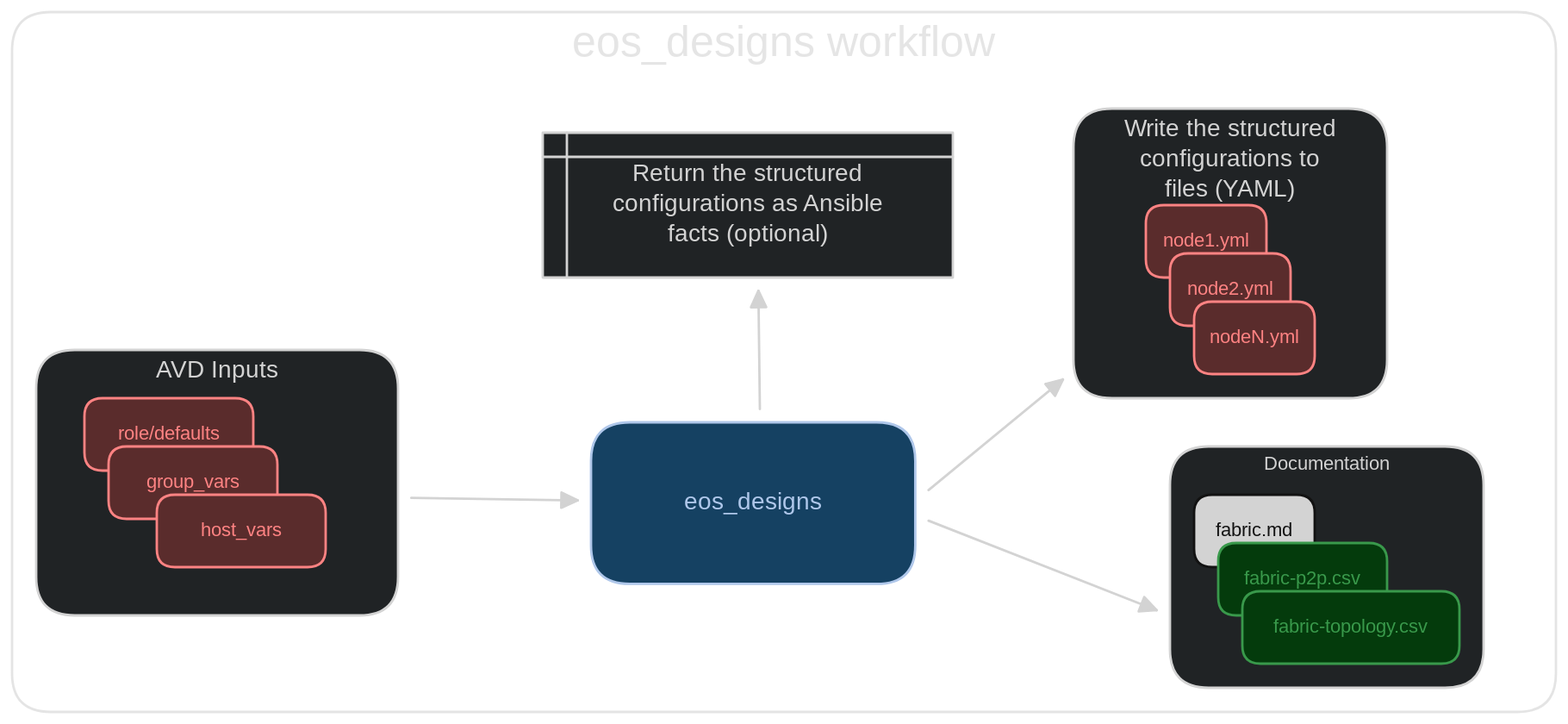
This is docs/_media/eos_designs_dark.svg from aristanetworks/avd, a Excalidraw export, as it was before one commit. Source tidied: one line per element, renumbered; positions are measured from the earlier drawing's top-left corner, leaving out a move shared by most shapes.
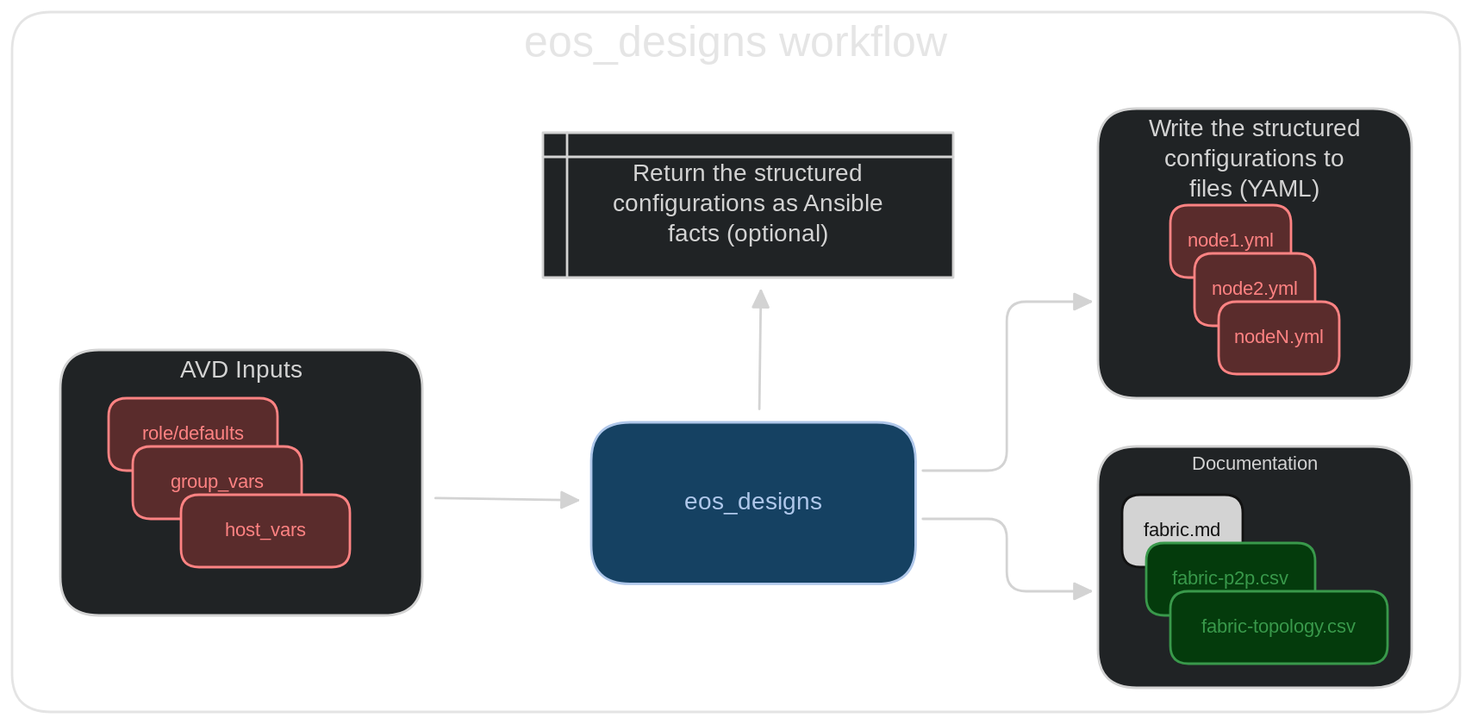
Later version of the same file.

What changed in the source:
```diff
@@ -1,13 +1,12 @@
-{"id": 0, "type": "rectangle", "strokeColor": "#1e1e1e", "strokeWidth": 2, "roughness": 0, "opacity": 60, "round": true, "x": 0, "y": 0, "width": 1280, "height": 580}
+{"id": 0, "type": "rectangle", "strokeColor": "#1e1e1e", "strokeWidth": 2, "roughness": 0, "opacity": 60, "round": true, "x": -20, "y": 0, "width": 1200, "height": 580}
-{"id": 1, "type": "text", "text": "eos_designs workflow", "strokeColor": "#1e1e1e", "strokeWidth": 2, "roughness": 0, "opacity": 60, "fontSize": 36, "fontFamily": 8, "textAlign": "center", "inside": 0, "x": 442, "y": 5, "width": 396, "height": 45}
+{"id": 1, "type": "text", "text": "eos_designs workflow", "strokeColor": "#1e1e1e", "strokeWidth": 2, "roughness": 0, "opacity": 60, "fontSize": 36, "fontFamily": 8, "textAlign": "center", "inside": 0, "x": 382, "y": 5, "width": 396, "height": 45}
 {"id": 2, "type": "rectangle", "strokeColor": "#1e1e1e", "backgroundColor": "#e9ecef", "fillStyle": "solid", "strokeWidth": 2, "roughness": 0, "round": true, "x": 880, "y": 80, "width": 260, "height": 240}
 {"id": 3, "type": "text", "text": "Write the structured\nconfigurations to\nfiles (YAML)", "strokeColor": "#1e1e1e", "strokeWidth": 2, "roughness": 1, "fontSize": 20, "fontFamily": 8, "textAlign": "center", "inside": 2, "x": 900, "y": 85, "width": 220, "height": 75}
 {"id": 4, "type": "rectangle", "strokeColor": "#1e1e1e", "backgroundColor": "#e9ecef", "fillStyle": "solid", "strokeWidth": 2, "roughness": 0, "round": true, "x": 20, "y": 280, "width": 300, "height": 220}
 {"id": 5, "type": "text", "text": "AVD Inputs", "strokeColor": "#1e1e1e", "strokeWidth": 2, "roughness": 0, "fontSize": 20, "fontFamily": 8, "textAlign": "center", "inside": 4, "x": 115, "y": 285, "width": 110, "height": 25}
-{"id": 6, "type": "rectangle", "strokeColor": "#16325b", "backgroundColor": "#a5d8ff", "fillStyle": "solid", "strokeWidth": 2, "roughness": 0, "round": true, "x": 480, "y": 340, "width": 269, "height": 134}
+{"id": 6, "type": "rectangle", "strokeColor": "#16325b", "backgroundColor": "#a5d8ff", "fillStyle": "solid", "strokeWidth": 2, "roughness": 0, "round": true, "x": 460, "y": 340, "width": 269, "height": 134}
-{"id": 7, "type": "text", "text": "eos_designs", "strokeColor": "#16325b", "strokeWidth": 2, "roughness": 0, "fontSize": 20, "fontFamily": 8, "textAlign": "center", "verticalAlign": "middle", "inside": 6, "x": 554, "y": 394, "width": 121, "height": 25}
+{"id": 7, "type": "text", "text": "eos_designs", "strokeColor": "#16325b", "strokeWidth": 2, "roughness": 0, "fontSize": 20, "fontFamily": 8, "textAlign": "center", "verticalAlign": "middle", "inside": 6, "x": 534, "y": 394, "width": 121, "height": 25}
-{"id": 8, "type": "arrow", "strokeColor": "#1e1e1e", "strokeWidth": 2, "roughness": 0, "endArrowhead": "triangle", "from": 6, "to": 2, "x": 760, "y": 396, "width": 111, "height": 92, "points": [[0, 0], [111, -92]]}
-{"id": 9, "type": "arrow", "strokeColor": "#1e1e1e", "strokeWidth": 2, "roughness": 0, "endArrowhead": "triangle", "from": 4, "to": 6, "x": 331, "y": 403, "width": 138, "height": 2, "points": [[0, 0], [138, 2]]}
+{"id": 9, "type": "arrow", "strokeColor": "#1e1e1e", "strokeWidth": 2, "roughness": 0, "endArrowhead": "triangle", "from": 4, "to": 6, "x": 331, "y": 403, "width": 118, "height": 2, "points": [[0, 0], [118, 2]]}
 {"id": 10, "type": "rectangle", "strokeColor": "#e03131", "backgroundColor": "#ffc9c9", "fillStyle": "solid", "strokeWidth": 2, "roughness": 0, "round": true, "x": 60, "y": 320, "width": 140, "height": 60}
 {"id": 11, "type": "text", "text": "role/defaults", "strokeColor": "#e03131", "strokeWidth": 2, "roughness": 0, "fontSize": 16, "fontFamily": 8, "textAlign": "center", "verticalAlign": "middle", "inside": 10, "x": 73, "y": 340, "width": 114, "height": 20}
 {"id": 12, "type": "rectangle", "strokeColor": "#e03131", "backgroundColor": "#ffc9c9", "fillStyle": "solid", "strokeWidth": 2, "roughness": 0, "round": true, "x": 940, "y": 160, "width": 100, "height": 60}
@@ -20,17 +19,18 @@
 {"id": 19, "type": "text", "text": "group_vars", "strokeColor": "#e03131", "strokeWidth": 2, "roughness": 0, "fontSize": 16, "fontFamily": 8, "textAlign": "center", "verticalAlign": "middle", "inside": 18, "x": 106, "y": 380, "width": 88, "height": 20}
 {"id": 20, "type": "rectangle", "strokeColor": "#e03131", "backgroundColor": "#ffc9c9", "fillStyle": "solid", "strokeWidth": 2, "roughness": 0, "round": true, "x": 120, "y": 400, "width": 140, "height": 60}
 {"id": 21, "type": "text", "text": "host_vars", "strokeColor": "#e03131", "strokeWidth": 2, "roughness": 0, "fontSize": 16, "fontFamily": 8, "textAlign": "center", "verticalAlign": "middle", "inside": 20, "x": 150, "y": 420, "width": 79, "height": 20}
-{"id": 22, "type": "rectangle", "strokeColor": "#1e1e1e", "backgroundColor": "#e9ecef", "fillStyle": "solid", "strokeWidth": 2, "roughness": 0, "round": true, "x": 960, "y": 360, "width": 260, "height": 200}
+{"id": 22, "type": "rectangle", "strokeColor": "#1e1e1e", "backgroundColor": "#e9ecef", "fillStyle": "solid", "strokeWidth": 2, "roughness": 0, "round": true, "x": 880, "y": 360, "width": 260, "height": 200}
-{"id": 23, "type": "text", "text": "Documentation", "strokeColor": "#1e1e1e", "strokeWidth": 2, "roughness": 0, "fontSize": 16, "fontFamily": 8, "textAlign": "center", "inside": 22, "x": 1033, "y": 365, "width": 114, "height": 20}
+{"id": 23, "type": "text", "text": "Documentation", "strokeColor": "#1e1e1e", "strokeWidth": 2, "roughness": 0, "fontSize": 16, "fontFamily": 8, "textAlign": "center", "inside": 22, "x": 953, "y": 365, "width": 114, "height": 20}
-{"id": 24, "type": "rectangle", "strokeColor": "#ffffff", "backgroundColor": "#1e1e1e", "fillStyle": "solid", "strokeWidth": 2, "roughness": 0, "round": true, "x": 980, "y": 400, "width": 100, "height": 60}
+{"id": 24, "type": "rectangle", "strokeColor": "#ffffff", "backgroundColor": "#1e1e1e", "fillStyle": "solid", "strokeWidth": 2, "roughness": 0, "round": true, "x": 900, "y": 400, "width": 100, "height": 60}
-{"id": 25, "type": "text", "text": "fabric.md", "strokeColor": "#ffffff", "strokeWidth": 2, "roughness": 0, "fontSize": 16, "fontFamily": 8, "textAlign": "center", "verticalAlign": "middle", "inside": 24, "x": 990, "y": 420, "width": 79, "height": 20}
+{"id": 25, "type": "text", "text": "fabric.md", "strokeColor": "#ffffff", "strokeWidth": 2, "roughness": 0, "fontSize": 16, "fontFamily": 8, "textAlign": "center", "verticalAlign": "middle", "inside": 24, "x": 910, "y": 420, "width": 79, "height": 20}
-{"id": 26, "type": "rectangle", "strokeColor": "#2f9e44", "backgroundColor": "#b2f2bb", "fillStyle": "solid", "strokeWidth": 2, "roughness": 0, "round": true, "x": 1000, "y": 440, "width": 140, "height": 60}
+{"id": 26, "type": "rectangle", "strokeColor": "#2f9e44", "backgroundColor": "#b2f2bb", "fillStyle": "solid", "strokeWidth": 2, "roughness": 0, "round": true, "x": 920, "y": 440, "width": 140, "height": 60}
-{"id": 27, "type": "text", "text": "fabric-p2p.csv", "strokeColor": "#2f9e44", "backgroundColor": "#b2f2bb", "fillStyle": "solid", "strokeWidth": 2, "roughness": 0, "fontSize": 16, "fontFamily": 8, "textAlign": "center", "verticalAlign": "middle", "inside": 26, "x": 1008, "y": 460, "width": 123, "height": 20}
+{"id": 27, "type": "text", "text": "fabric-p2p.csv", "strokeColor": "#2f9e44", "backgroundColor": "#b2f2bb", "fillStyle": "solid", "strokeWidth": 2, "roughness": 0, "fontSize": 16, "fontFamily": 8, "textAlign": "center", "verticalAlign": "middle", "inside": 26, "x": 928, "y": 460, "width": 123, "height": 20}
-{"id": 28, "type": "rectangle", "strokeColor": "#2f9e44", "backgroundColor": "#b2f2bb", "fillStyle": "solid", "strokeWidth": 2, "roughness": 0, "round": true, "x": 1020, "y": 480, "width": 180, "height": 60}
+{"id": 28, "type": "rectangle", "strokeColor": "#2f9e44", "backgroundColor": "#b2f2bb", "fillStyle": "solid", "strokeWidth": 2, "roughness": 0, "round": true, "x": 940, "y": 480, "width": 180, "height": 60}
-{"id": 29, "type": "text", "text": "fabric-topology.csv", "strokeColor": "#2f9e44", "strokeWidth": 2, "roughness": 0, "fontSize": 16, "fontFamily": 8, "textAlign": "center", "verticalAlign": "middle", "inside": 28, "x": 1026, "y": 500, "width": 167, "height": 20}
+{"id": 29, "type": "text", "text": "fabric-topology.csv", "strokeColor": "#2f9e44", "strokeWidth": 2, "roughness": 0, "fontSize": 16, "fontFamily": 8, "textAlign": "center", "verticalAlign": "middle", "inside": 28, "x": 946, "y": 500, "width": 167, "height": 20}
-{"id": 30, "type": "arrow", "strokeColor": "#1e1e1e", "backgroundColor": "#ffc9c9", "fillStyle": "solid", "strokeWidth": 2, "roughness": 0, "endArrowhead": "triangle", "from": 6, "to": 22, "x": 760, "y": 422, "width": 189, "height": 74, "points": [[0, 0], [189, 74]]}
-{"id": 31, "type": "rectangle", "strokeColor": "#1e1e1e", "backgroundColor": "#e9ecef", "fillStyle": "solid", "strokeWidth": 2, "roughness": 0, "x": 440, "y": 100, "width": 340, "height": 120}
+{"id": 31, "type": "rectangle", "strokeColor": "#1e1e1e", "backgroundColor": "#e9ecef", "fillStyle": "solid", "strokeWidth": 2, "roughness": 0, "x": 420, "y": 100, "width": 340, "height": 120}
-{"id": 32, "type": "text", "text": "Return the structured\nconfigurations as Ansible\nfacts (optional)", "strokeColor": "#1e1e1e", "backgroundColor": "#e9ecef", "fillStyle": "solid", "strokeWidth": 2, "roughness": 0, "fontSize": 20, "fontFamily": 8, "textAlign": "center", "verticalAlign": "middle", "inside": 31, "x": 473, "y": 122, "width": 275, "height": 75}
+{"id": 32, "type": "text", "text": "Return the structured\nconfigurations as Ansible\nfacts (optional)", "strokeColor": "#1e1e1e", "backgroundColor": "#e9ecef", "fillStyle": "solid", "strokeWidth": 2, "roughness": 0, "fontSize": 20, "fontFamily": 8, "textAlign": "center", "verticalAlign": "middle", "inside": 31, "x": 453, "y": 122, "width": 275, "height": 75}
-{"id": 33, "type": "line", "strokeColor": "#1e1e1e", "backgroundColor": "#e9ecef", "fillStyle": "solid", "strokeWidth": 2, "roughness": 0, "x": 460, "y": 220, "width": 0, "height": 120, "points": [[0, 0], [0, -120]]}
+{"id": 33, "type": "line", "strokeColor": "#1e1e1e", "backgroundColor": "#e9ecef", "fillStyle": "solid", "strokeWidth": 2, "roughness": 0, "x": 440, "y": 220, "width": 0, "height": 120, "points": [[0, 0], [0, -120]]}
-{"id": 34, "type": "line", "strokeColor": "#1e1e1e", "backgroundColor": "#e9ecef", "fillStyle": "solid", "strokeWidth": 2, "roughness": 0, "x": 440, "y": 120, "width": 340, "height": 0, "points": [[0, 0], [340, 0]]}
+{"id": 34, "type": "line", "strokeColor": "#1e1e1e", "backgroundColor": "#e9ecef", "fillStyle": "solid", "strokeWidth": 2, "roughness": 0, "x": 420, "y": 120, "width": 340, "height": 0, "points": [[0, 0], [340, 0]]}
-{"id": 35, "type": "arrow", "strokeColor": "#1e1e1e", "strokeWidth": 2, "roughness": 0, "endArrowhead": "triangle", "from": 6, "to": 31, "x": 620, "y": 329, "width": 1, "height": 98, "points": [[0, 0], [-1, -98]]}
+{"id": 35, "type": "arrow", "strokeColor": "#1e1e1e", "strokeWidth": 2, "roughness": 0, "endArrowhead": "triangle", "from": 6, "to": 31, "x": 599, "y": 329, "width": 1, "height": 98, "points": [[0, 0], [1, -98]]}
+{"id": 36, "type": "arrow", "strokeColor": "#1e1e1e", "backgroundColor": "#e9ecef", "fillStyle": "solid", "strokeWidth": 2, "roughness": 0, "endArrowhead": "triangle", "from": 6, "to": 2, "x": 735, "y": 380, "width": 139, "height": 140, "points": [[0, 0], [70, 0], [70, -140], [139, -140]]}
+{"id": 37, "type": "arrow", "strokeColor": "#1e1e1e", "backgroundColor": "#e9ecef", "fillStyle": "solid", "strokeWidth": 2, "roughness": 0, "endArrowhead": "triangle", "from": 6, "to": 22, "x": 735, "y": 420, "width": 139, "height": 60, "points": [[0, 0], [70, 0], [70, 60], [139, 60]]}
```
